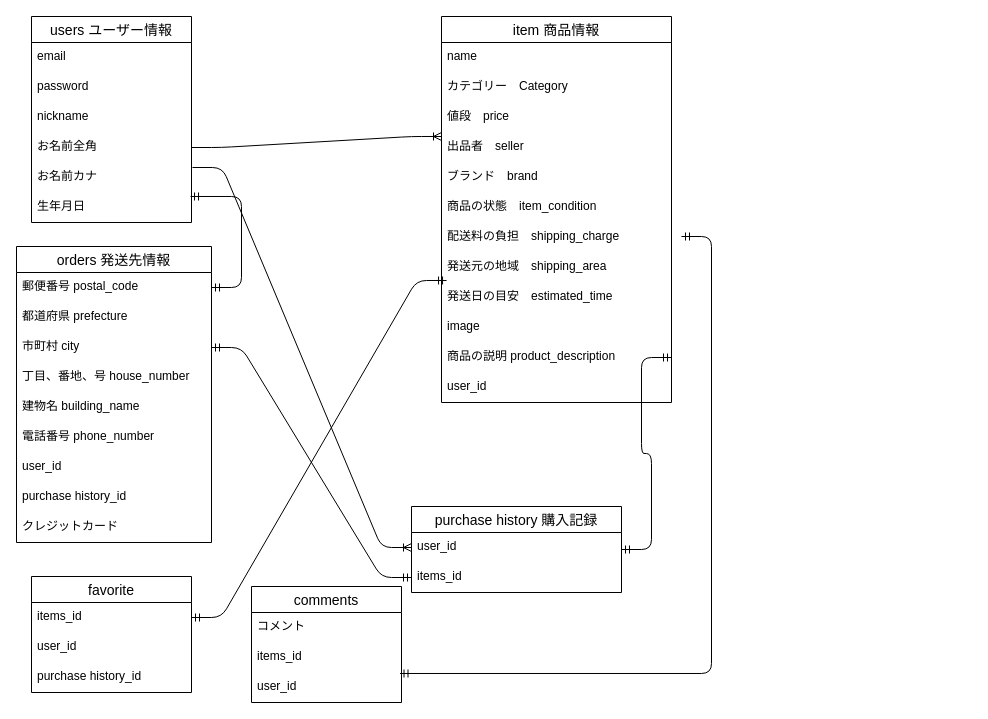
This is test..dio from MasayukiU/furima-35825, a draw.io file, before an edit. Source tidied: cells renumbered, new cells numbered last; positions are measured from the earlier drawing's top-left corner, leaving out a move shared by most shapes. Both pictures are drawn from the tidied source at 100%, with x=0, y=0 at pixel (16, 16).
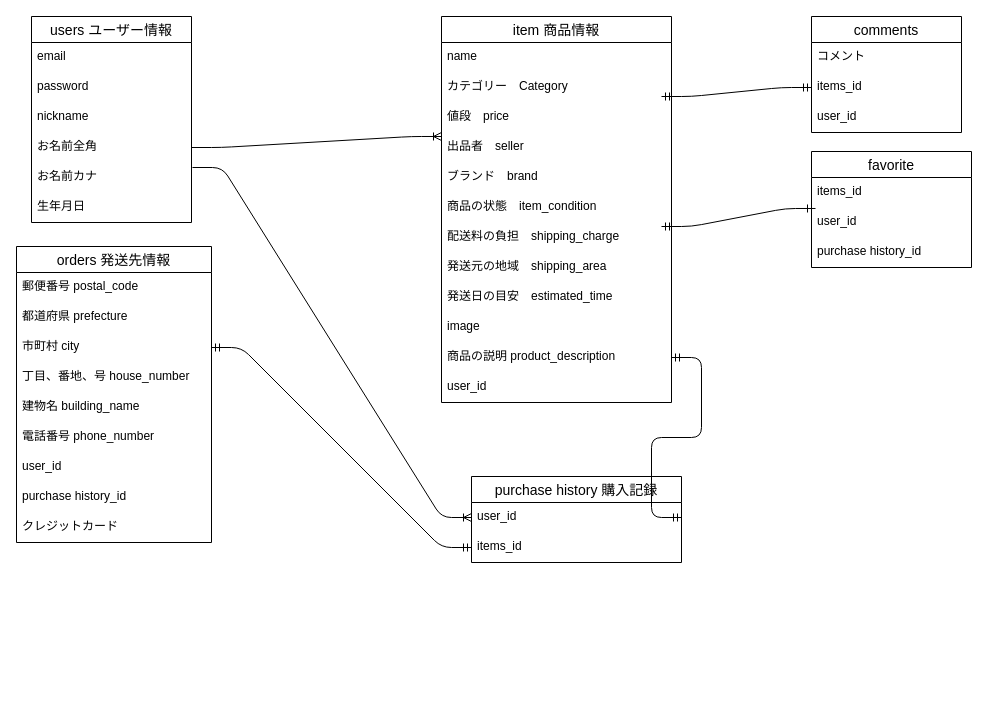
After the change.

Commit message (it also covers changes not shown here):
データベース設計 修正#1

The change refers to these unchanged cells:
```xml
<mxCell id="8" value="生年月日" style="text;strokeColor=none;fillColor=none;spacingLeft=4;spacingRight=4;overflow=hidden;points=[[0,0.5],[1,0.5]];portConstraint=eastwest;fontSize=12;" parent="2" vertex="1">
  <mxGeometry y="176" width="160" height="30" as="geometry" />
</mxCell>
<mxCell id="18" value="発送日の目安　estimated_time" style="text;strokeColor=none;fillColor=none;spacingLeft=4;spacingRight=4;overflow=hidden;points=[[0,0.5],[1,0.5]];portConstraint=eastwest;fontSize=12;" parent="9" vertex="1">
  <mxGeometry y="266" width="230" height="30" as="geometry" />
</mxCell>
<mxCell id="20" value="商品の説明 product_description" style="text;strokeColor=none;fillColor=none;spacingLeft=4;spacingRight=4;overflow=hidden;points=[[0,0.5],[1,0.5]];portConstraint=eastwest;fontSize=12;" parent="9" vertex="1">
  <mxGeometry y="326" width="230" height="30" as="geometry" />
</mxCell>
<mxCell id="23" value="郵便番号 postal_code" style="text;strokeColor=none;fillColor=none;spacingLeft=4;spacingRight=4;overflow=hidden;points=[[0,0.5],[1,0.5]];portConstraint=eastwest;fontSize=12;" parent="22" vertex="1">
  <mxGeometry y="26" width="195" height="30" as="geometry" />
</mxCell>
<mxCell id="34" value="items_id" style="text;strokeColor=none;fillColor=none;spacingLeft=4;spacingRight=4;overflow=hidden;points=[[0,0.5],[1,0.5]];portConstraint=eastwest;fontSize=12;" parent="32" vertex="1">
  <mxGeometry y="56" width="150" height="30" as="geometry" />
</mxCell>
<mxCell id="35" value="user_id" style="text;strokeColor=none;fillColor=none;spacingLeft=4;spacingRight=4;overflow=hidden;points=[[0,0.5],[1,0.5]];portConstraint=eastwest;fontSize=12;" parent="32" vertex="1">
  <mxGeometry y="86" width="150" height="30" as="geometry" />
</mxCell>
<mxCell id="37" value="items_id" style="text;strokeColor=none;fillColor=none;spacingLeft=4;spacingRight=4;overflow=hidden;points=[[0,0.5],[1,0.5]];portConstraint=eastwest;fontSize=12;" parent="36" vertex="1">
  <mxGeometry y="26" width="160" height="30" as="geometry" />
</mxCell>
<mxCell id="38" value="user_id" style="text;strokeColor=none;fillColor=none;spacingLeft=4;spacingRight=4;overflow=hidden;points=[[0,0.5],[1,0.5]];portConstraint=eastwest;fontSize=12;" parent="36" vertex="1">
  <mxGeometry y="56" width="160" height="30" as="geometry" />
</mxCell>
<mxCell id="41" value="user_id" style="text;strokeColor=none;fillColor=none;spacingLeft=4;spacingRight=4;overflow=hidden;points=[[0,0.5],[1,0.5]];portConstraint=eastwest;fontSize=12;" parent="40" vertex="1">
  <mxGeometry y="26" width="210" height="30" as="geometry" />
</mxCell>
```

Change to the diagram source:
```diff
@@
     <mxCell id="32" value="comments" style="swimlane;fontStyle=0;horizontal=1;startSize=26;align=center;fontSize=14;" parent="1" vertex="1">
-      <mxGeometry x="235" y="570" width="150" height="116" as="geometry" />
+      <mxGeometry x="795" width="150" height="116" as="geometry" />
     </mxCell>
@@
     <mxCell id="36" value="favorite" style="swimlane;fontStyle=0;horizontal=1;startSize=26;align=center;fontSize=14;" parent="1" vertex="1">
-      <mxGeometry x="15" y="560" width="160" height="116" as="geometry" />
+      <mxGeometry x="795" y="135" width="160" height="116" as="geometry" />
     </mxCell>
@@
     <mxCell id="40" value="purchase history 購入記録" style="swimlane;fontStyle=0;horizontal=1;startSize=26;align=center;fontSize=14;" parent="1" vertex="1">
-      <mxGeometry x="395" y="490" width="210" height="86" as="geometry" />
+      <mxGeometry x="455" y="460" width="210" height="86" as="geometry" />
     </mxCell>
@@
-    <mxCell id="45" style="edgeStyle=entityRelationEdgeStyle;fontSize=12;html=1;endArrow=ERmandOne;startArrow=ERmandOne;" parent="1" edge="1" source="40">
-      <mxGeometry relative="1" as="geometry">
-        <mxPoint x="655" y="341" as="targetPoint" />
-      </mxGeometry>
-    </mxCell>
@@
-    <mxCell id="47" style="edgeStyle=entityRelationEdgeStyle;fontSize=12;html=1;endArrow=ERmandOne;startArrow=ERmandOne;entryX=0.99;entryY=0.033;entryDx=0;entryDy=0;entryPerimeter=0;" parent="1" edge="1" target="35">
-      <mxGeometry relative="1" as="geometry">
-        <mxPoint x="665" y="220" as="sourcePoint" />
-      </mxGeometry>
-    </mxCell>
-    <mxCell id="48" style="edgeStyle=entityRelationEdgeStyle;fontSize=12;html=1;endArrow=ERmandOne;startArrow=ERmandOne;entryX=0.022;entryY=-0.067;entryDx=0;entryDy=0;entryPerimeter=0;exitX=1;exitY=0.5;exitDx=0;exitDy=0;" parent="1" edge="1" source="37" target="18">
-      <mxGeometry relative="1" as="geometry" />
-    </mxCell>
-    <mxCell id="49" style="edgeStyle=entityRelationEdgeStyle;fontSize=12;html=1;endArrow=ERmandOne;startArrow=ERmandOne;exitX=0.994;exitY=0.133;exitDx=0;exitDy=0;exitPerimeter=0;" parent="1" edge="1" source="8" target="23">
-      <mxGeometry relative="1" as="geometry" />
-    </mxCell>
+    <mxCell id="50" style="edgeStyle=entityRelationEdgeStyle;fontSize=12;html=1;endArrow=ERmandOne;startArrow=ERmandOne;entryX=0.025;entryY=0.033;entryDx=0;entryDy=0;entryPerimeter=0;" parent="1" edge="1" target="38">
+      <mxGeometry relative="1" as="geometry">
+        <mxPoint x="645" y="210" as="sourcePoint" />
+      </mxGeometry>
+    </mxCell>
+    <mxCell id="51" style="edgeStyle=entityRelationEdgeStyle;fontSize=12;html=1;endArrow=ERmandOne;startArrow=ERmandOne;" parent="1" edge="1" target="34">
+      <mxGeometry relative="1" as="geometry">
+        <mxPoint x="645" y="80" as="sourcePoint" />
+      </mxGeometry>
+    </mxCell>
+    <mxCell id="52" style="edgeStyle=entityRelationEdgeStyle;fontSize=12;html=1;endArrow=ERmandOne;startArrow=ERmandOne;entryX=1;entryY=0.5;entryDx=0;entryDy=0;exitX=1;exitY=0.5;exitDx=0;exitDy=0;" parent="1" edge="1" source="20" target="41">
+      <mxGeometry relative="1" as="geometry" />
+    </mxCell>
```
